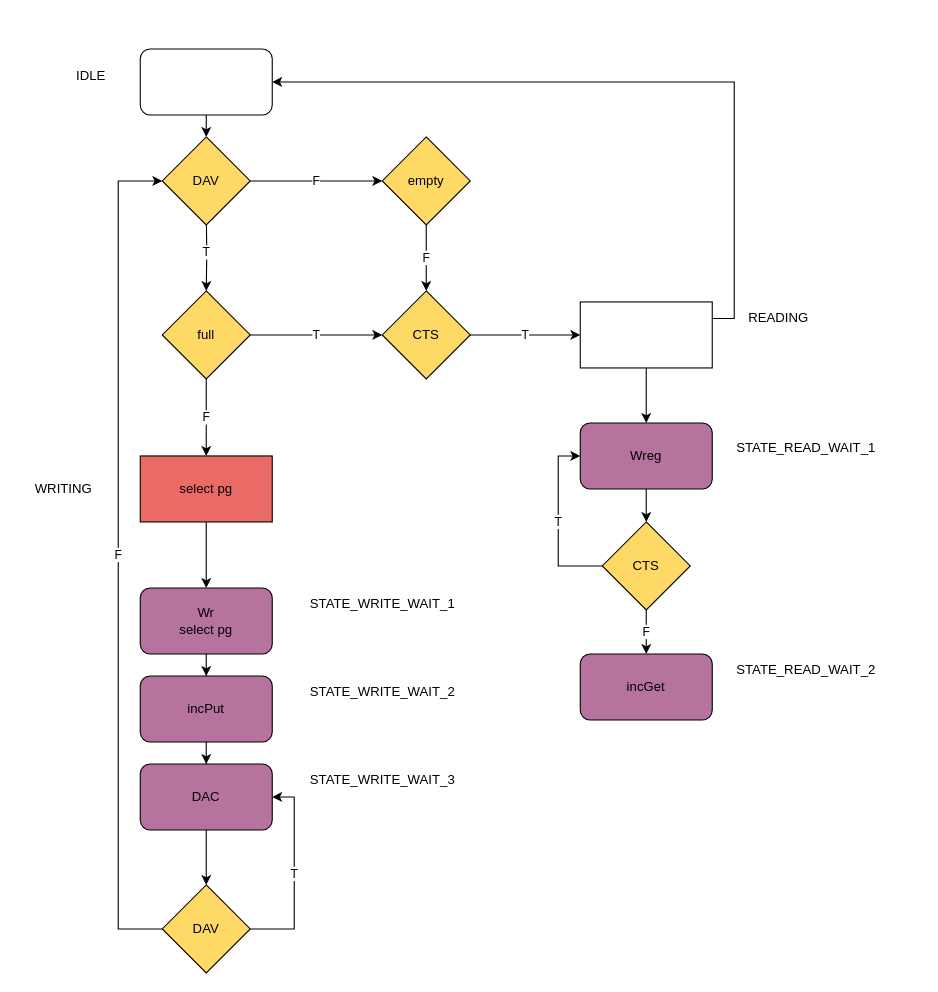
Earlier version of the draw.io diagram Ring_buffer_control.drawio (alimertgok/Hardware-and-Software-Lab). Source tidied: cells renumbered, new cells numbered last; positions are measured from the earlier drawing's top-left corner, leaving out a move shared by most shapes. Both pictures are drawn from the tidied source at 110%, with x=0, y=0 at pixel (19, 48).
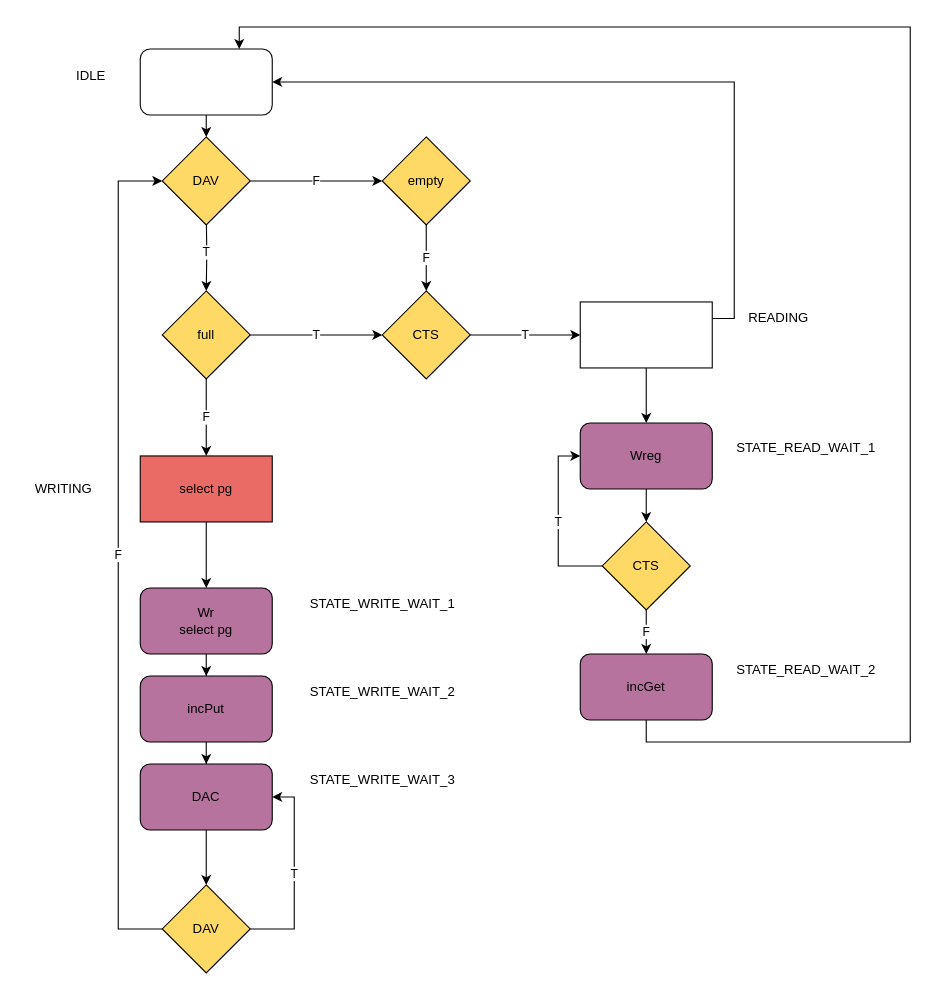
The same diagram, later.

The change refers to these unchanged cells:
```xml
<mxCell id="36" value="incGet" style="rounded=1;whiteSpace=wrap;html=1;fillColor=#B5739D;" parent="1" vertex="1">
  <mxGeometry x="510" y="550" width="120" height="60" as="geometry" />
</mxCell>
<mxCell id="40" style="rounded=1;whiteSpace=wrap;html=1;" parent="1" vertex="1">
  <mxGeometry x="110" width="120" height="60" as="geometry" />
</mxCell>
```

What changed in the source:
```diff
@@
+    <mxCell id="42" style="edgeStyle=orthogonalEdgeStyle;rounded=0;jettySize=auto;html=1;exitX=0.5;exitY=1;exitDx=0;exitDy=0;entryX=0.75;entryY=0;entryDx=0;entryDy=0;" parent="1" edge="1" source="36" target="40">
+      <mxGeometry relative="1" as="geometry">
+        <Array as="points">
+          <mxPoint x="570" y="630" />
+          <mxPoint x="810" y="630" />
+          <mxPoint x="810" y="-20" />
+          <mxPoint x="200" y="-20" />
+        </Array>
+      </mxGeometry>
+    </mxCell>
```
